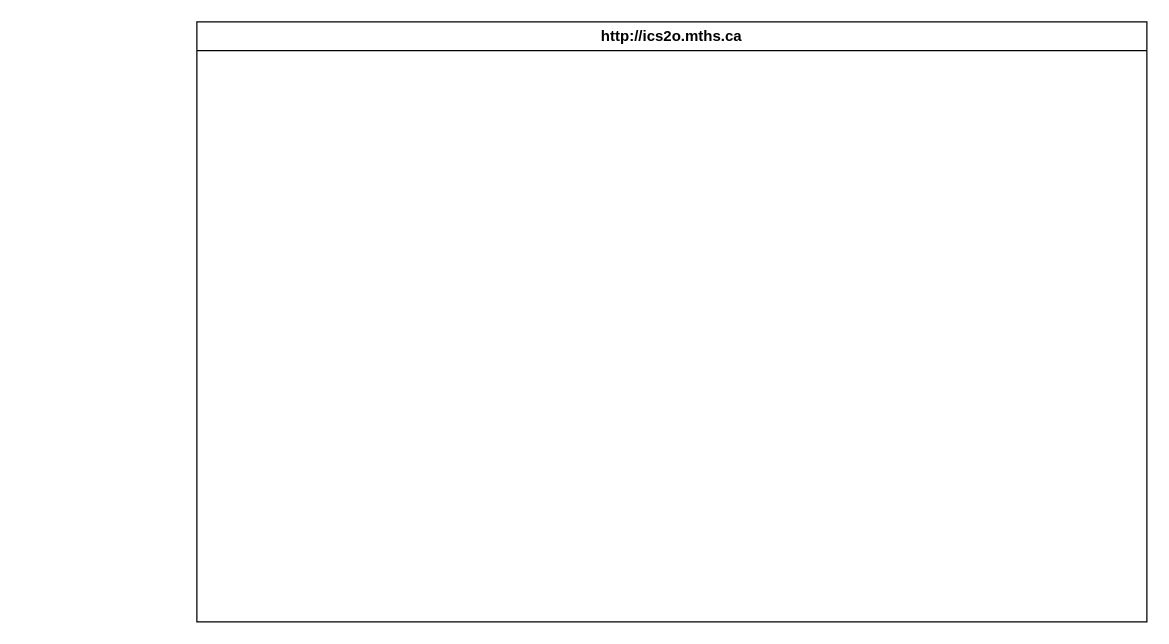
MTHS-ICD2O-1-2023/ICD2O-Unit-5-04-yoochan-han keeps this draw.io diagram as design/storyboard.drawio. Above is the earlier version. Source tidied: cells renumbered, new cells numbered last; positions are measured from the earlier drawing's top-left corner, leaving out a move shared by most shapes. Both pictures are drawn from the tidied source at 125%, with x=0, y=0 at pixel (196, 21).
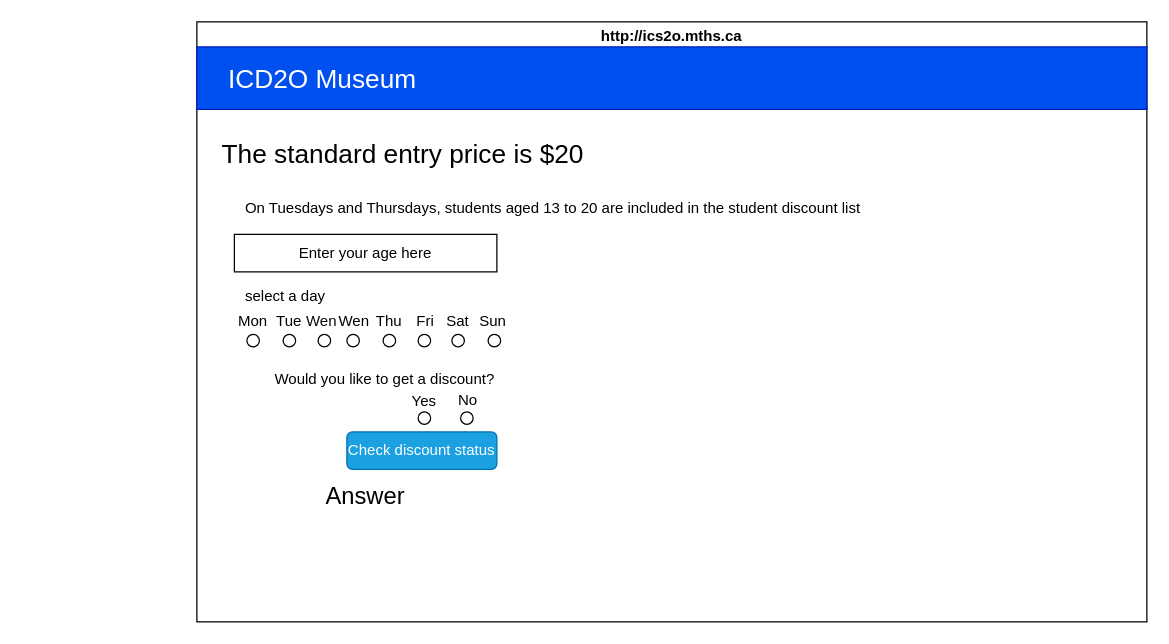
After the change.

The edit, as a diff of the source:
```diff
@@
-    <mxCell id="2" value="http://ics2o.mths.ca" style="swimlane;whiteSpace=wrap;html=1;" parent="1" vertex="1">
+    <mxCell id="2" value="http://ics2o.mths.ca" style="swimlane;whiteSpace=wrap;html=1;fontColor=#000000;" parent="1" vertex="1">
       <mxGeometry width="760" height="480" as="geometry" />
     </mxCell>
+    <mxCell id="3" value="&lt;span style=&quot;font-size: 21px;&quot;&gt;&amp;nbsp; &amp;nbsp; ICD2O Museum&lt;/span&gt;" style="rounded=0;whiteSpace=wrap;html=1;fillColor=#0050ef;fontColor=#ffffff;strokeColor=#001DBC;align=left;" parent="2" vertex="1">
+      <mxGeometry y="20" width="760" height="50" as="geometry" />
+    </mxCell>
+    <mxCell id="4" value="&lt;font color=&quot;#000000&quot;&gt;&lt;span style=&quot;font-size: 12px;&quot;&gt;select a day&lt;/span&gt;&lt;/font&gt;" style="text;html=1;align=center;verticalAlign=middle;whiteSpace=wrap;rounded=0;fontSize=21;" parent="2" vertex="1">
+      <mxGeometry x="-14" y="200" width="170" height="31" as="geometry" />
+    </mxCell>
+    <mxCell id="5" value="&lt;font color=&quot;#000000&quot;&gt;The standard entry price is $20&lt;/font&gt;" style="text;html=1;strokeColor=none;fillColor=none;align=center;verticalAlign=middle;whiteSpace=wrap;rounded=0;fontSize=21;" parent="2" vertex="1">
+      <mxGeometry x="-140" y="90" width="610" height="30" as="geometry" />
+    </mxCell>
+    <mxCell id="6" value="Check discount status" style="rounded=1;whiteSpace=wrap;html=1;fontSize=12;fontColor=#ffffff;fillColor=#1ba1e2;strokeColor=#006EAF;" parent="2" vertex="1">
+      <mxGeometry x="120" y="328" width="120" height="30" as="geometry" />
+    </mxCell>
+    <mxCell id="7" value="&lt;font style=&quot;font-size: 19px;&quot;&gt;Answer&lt;/font&gt;" style="text;html=1;strokeColor=none;fillColor=none;align=center;verticalAlign=middle;whiteSpace=wrap;rounded=0;fontSize=12;fontColor=#000000;" parent="2" vertex="1">
+      <mxGeometry x="60" y="365" width="150" height="30" as="geometry" />
+    </mxCell>
+    <mxCell id="8" value="&lt;font color=&quot;#000000&quot;&gt;Enter your age here&lt;/font&gt;" style="rounded=0;whiteSpace=wrap;html=1;fontSize=12;fillColor=none;" parent="2" vertex="1">
+      <mxGeometry x="30" y="170" width="210" height="30" as="geometry" />
+    </mxCell>
+    <mxCell id="9" style="ellipse;whiteSpace=wrap;html=1;" parent="2" vertex="1">
+      <mxGeometry x="40" y="250" width="10" height="10" as="geometry" />
+    </mxCell>
+    <mxCell id="10" value="Mon" style="text;html=1;strokeColor=none;fillColor=none;align=center;verticalAlign=middle;whiteSpace=wrap;rounded=0;fontColor=#000000;" parent="2" vertex="1">
+      <mxGeometry x="15" y="225" width="60" height="30" as="geometry" />
+    </mxCell>
+    <mxCell id="11" value="Fri" style="text;html=1;strokeColor=none;fillColor=none;align=center;verticalAlign=middle;whiteSpace=wrap;rounded=0;fontColor=#050505;" parent="2" vertex="1">
+      <mxGeometry x="153" y="225" width="60" height="30" as="geometry" />
+    </mxCell>
+    <mxCell id="12" style="text;html=1;strokeColor=none;fillColor=none;align=center;verticalAlign=middle;whiteSpace=wrap;rounded=0;" parent="2" vertex="1">
+      <mxGeometry x="120" y="280" width="60" height="30" as="geometry" />
+    </mxCell>
+    <mxCell id="13" value="&lt;font color=&quot;#000000&quot;&gt;Would you like to get a discount?&lt;/font&gt;" style="text;html=1;strokeColor=none;fillColor=none;align=center;verticalAlign=middle;whiteSpace=wrap;rounded=0;" parent="2" vertex="1">
+      <mxGeometry x="12.5" y="271" width="275" height="30" as="geometry" />
+    </mxCell>
+    <mxCell id="14" value="&lt;font color=&quot;#000000&quot; style=&quot;font-size: 12px;&quot;&gt;On Tuesdays and Thursdays, students aged 13 to 20 are included in the student discount list&lt;/font&gt;" style="text;html=1;align=center;verticalAlign=middle;whiteSpace=wrap;rounded=0;fontSize=21;" parent="1" vertex="1">
+      <mxGeometry x="-50" y="130" width="670" height="30" as="geometry" />
+    </mxCell>
+    <mxCell id="15" style="ellipse;whiteSpace=wrap;html=1;" parent="1" vertex="1">
+      <mxGeometry x="69" y="250" width="10" height="10" as="geometry" />
+    </mxCell>
+    <mxCell id="16" value="Tue" style="text;html=1;strokeColor=none;fillColor=none;align=center;verticalAlign=middle;whiteSpace=wrap;rounded=0;fontColor=#000000;" parent="1" vertex="1">
+      <mxGeometry x="44" y="225" width="60" height="30" as="geometry" />
+    </mxCell>
+    <mxCell id="17" style="ellipse;whiteSpace=wrap;html=1;" parent="1" vertex="1">
+      <mxGeometry x="97" y="250" width="10" height="10" as="geometry" />
+    </mxCell>
+    <mxCell id="18" value="Wen" style="text;html=1;strokeColor=none;fillColor=none;align=center;verticalAlign=middle;whiteSpace=wrap;rounded=0;fontColor=#0a0a0a;" parent="1" vertex="1">
+      <mxGeometry x="70" y="225" width="60" height="30" as="geometry" />
+    </mxCell>
+    <mxCell id="19" style="ellipse;whiteSpace=wrap;html=1;" parent="1" vertex="1">
+      <mxGeometry x="120" y="250" width="10" height="10" as="geometry" />
+    </mxCell>
+    <mxCell id="20" style="ellipse;whiteSpace=wrap;html=1;" parent="1" vertex="1">
+      <mxGeometry x="149" y="250" width="10" height="10" as="geometry" />
+    </mxCell>
+    <mxCell id="21" value="Thu" style="text;html=1;strokeColor=none;fillColor=none;align=center;verticalAlign=middle;whiteSpace=wrap;rounded=0;fontColor=#000000;" parent="1" vertex="1">
+      <mxGeometry x="124" y="225" width="60" height="30" as="geometry" />
+    </mxCell>
+    <mxCell id="22" style="ellipse;whiteSpace=wrap;html=1;" parent="1" vertex="1">
+      <mxGeometry x="177" y="250" width="10" height="10" as="geometry" />
+    </mxCell>
+    <mxCell id="23" value="&lt;font color=&quot;#000000&quot;&gt;Wen&lt;/font&gt;" style="text;html=1;strokeColor=none;fillColor=none;align=center;verticalAlign=middle;whiteSpace=wrap;rounded=0;" parent="1" vertex="1">
+      <mxGeometry x="96" y="225" width="60" height="30" as="geometry" />
+    </mxCell>
+    <mxCell id="24" style="ellipse;whiteSpace=wrap;html=1;" parent="1" vertex="1">
+      <mxGeometry x="204" y="250" width="10" height="10" as="geometry" />
+    </mxCell>
+    <mxCell id="25" value="Sat" style="text;html=1;strokeColor=none;fillColor=none;align=center;verticalAlign=middle;whiteSpace=wrap;rounded=0;fontColor=#000000;" parent="1" vertex="1">
+      <mxGeometry x="179" y="225" width="60" height="30" as="geometry" />
+    </mxCell>
+    <mxCell id="26" style="ellipse;whiteSpace=wrap;html=1;" parent="1" vertex="1">
+      <mxGeometry x="233" y="250" width="10" height="10" as="geometry" />
+    </mxCell>
+    <mxCell id="27" value="Sun" style="text;html=1;strokeColor=none;fillColor=none;align=center;verticalAlign=middle;whiteSpace=wrap;rounded=0;fontColor=#000000;" parent="1" vertex="1">
+      <mxGeometry x="207" y="225" width="60" height="30" as="geometry" />
+    </mxCell>
+    <mxCell id="28" style="ellipse;whiteSpace=wrap;html=1;" parent="1" vertex="1">
+      <mxGeometry x="177" y="312" width="10" height="10" as="geometry" />
+    </mxCell>
+    <mxCell id="29" style="ellipse;whiteSpace=wrap;html=1;" parent="1" vertex="1">
+      <mxGeometry x="211" y="312" width="10" height="10" as="geometry" />
+    </mxCell>
+    <mxCell id="30" value="&lt;font color=&quot;#000000&quot;&gt;Yes&lt;/font&gt;" style="text;html=1;strokeColor=none;fillColor=none;align=center;verticalAlign=middle;whiteSpace=wrap;rounded=0;" parent="1" vertex="1">
+      <mxGeometry x="152" y="287" width="60" height="33" as="geometry" />
+    </mxCell>
+    <mxCell id="31" value="&lt;font color=&quot;#000000&quot;&gt;No&lt;/font&gt;" style="text;html=1;strokeColor=none;fillColor=none;align=center;verticalAlign=middle;whiteSpace=wrap;rounded=0;" parent="1" vertex="1">
+      <mxGeometry x="187" y="286" width="60" height="33" as="geometry" />
+    </mxCell>
```
